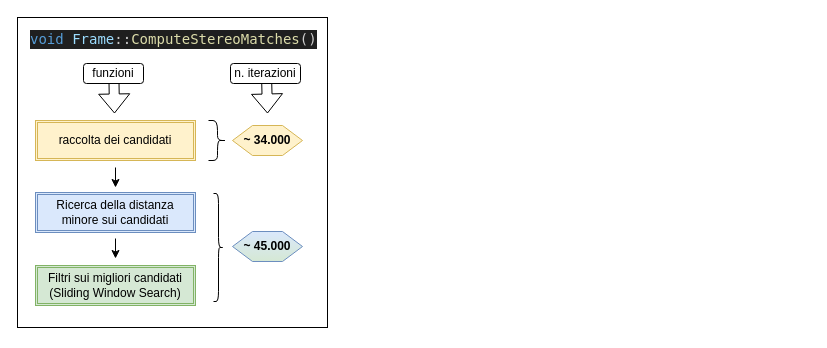
This is Media/ComputeStereoMatches_scheme.drawio from lucaAnza/Gpu_algorithm, a draw.io file, before an edit. Source tidied: cells renumbered, new cells numbered last; positions are measured from the earlier drawing's top-left corner, leaving out a move shared by most shapes. Both pictures are drawn from the tidied source at 100%, with x=0, y=0 at pixel (17, 17).
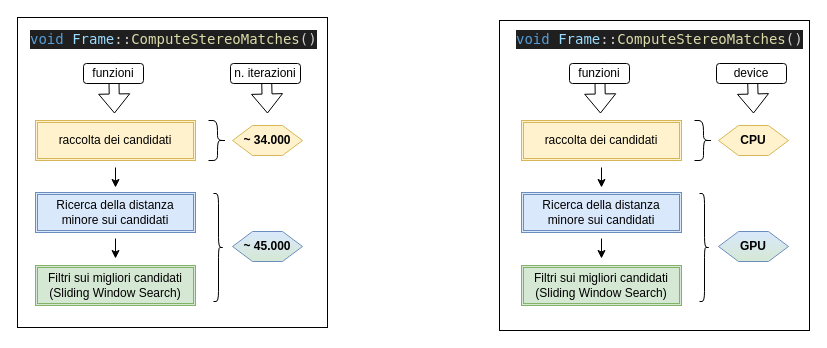
The same diagram, later.

What changed in the source:
```diff
@@
+    <mxCell id="17" value="&lt;div style=&quot;color: #cccccc;background-color: #1f1f1f;font-family: 'Droid Sans Mono', 'monospace', monospace;font-weight: normal;font-size: 14px;line-height: 19px;white-space: pre;&quot;&gt;&lt;div&gt;&lt;span style=&quot;color: #569cd6;&quot;&gt;void&lt;/span&gt;&lt;span style=&quot;color: #cccccc;&quot;&gt; &lt;/span&gt;&lt;span style=&quot;color: #9cdcfe;&quot;&gt;Frame&lt;/span&gt;&lt;span style=&quot;color: #cccccc;&quot;&gt;::&lt;/span&gt;&lt;span style=&quot;color: #dcdcaa;&quot;&gt;ComputeStereoMatches&lt;/span&gt;&lt;span style=&quot;color: #cccccc;&quot;&gt;()&lt;/span&gt;&lt;/div&gt;&lt;/div&gt;" style="text;whiteSpace=wrap;html=1;" parent="1" vertex="1">
+      <mxGeometry x="497" y="6" width="295" height="35" as="geometry" />
+    </mxCell>
+    <mxCell id="18" style="shape=flexArrow;endArrow=classic;html=1;rounded=0;exitX=0.294;exitY=0.986;exitDx=0;exitDy=0;exitPerimeter=0;" parent="1" edge="1">
+      <mxGeometry relative="1" as="geometry">
+        <mxPoint x="582.2" y="45.5" as="sourcePoint" />
+        <mxPoint x="583" y="96" as="targetPoint" />
+      </mxGeometry>
+    </mxCell>
+    <mxCell id="19" value="raccolta dei candidati" style="shape=ext;double=1;rounded=0;whiteSpace=wrap;html=1;fillColor=#fff2cc;strokeColor=#d6b656;" parent="1" vertex="1">
+      <mxGeometry x="504" y="103" width="160" height="40" as="geometry" />
+    </mxCell>
+    <mxCell id="20" value="Ricerca della distanza minore sui candidati" style="shape=ext;double=1;rounded=0;whiteSpace=wrap;html=1;fillColor=#dae8fc;strokeColor=#6c8ebf;" parent="1" vertex="1">
+      <mxGeometry x="504" y="175" width="160" height="40" as="geometry" />
+    </mxCell>
+    <mxCell id="21" style="endArrow=classic;html=1;rounded=0;" parent="1" edge="1">
+      <mxGeometry relative="1" as="geometry">
+        <mxPoint x="584" y="150" as="sourcePoint" />
+        <mxPoint x="584" y="170" as="targetPoint" />
+      </mxGeometry>
+    </mxCell>
+    <mxCell id="22" style="endArrow=classic;html=1;rounded=0;" parent="1" edge="1">
+      <mxGeometry relative="1" as="geometry">
+        <mxPoint x="584" y="221" as="sourcePoint" />
+        <mxPoint x="584" y="241" as="targetPoint" />
+      </mxGeometry>
+    </mxCell>
+    <mxCell id="23" value="Filtri sui migliori candidati&lt;div&gt;(Sliding Window Search)&lt;/div&gt;" style="shape=ext;double=1;rounded=0;whiteSpace=wrap;html=1;fillColor=#d5e8d4;strokeColor=#82b366;" parent="1" vertex="1">
+      <mxGeometry x="504" y="248" width="160" height="40" as="geometry" />
+    </mxCell>
+    <mxCell id="24" value="funzioni" style="rounded=1;whiteSpace=wrap;html=1;" parent="1" vertex="1">
+      <mxGeometry x="552" y="46" width="60" height="20" as="geometry" />
+    </mxCell>
+    <mxCell id="25" style="shape=flexArrow;endArrow=classic;html=1;rounded=0;exitX=0.294;exitY=0.986;exitDx=0;exitDy=0;exitPerimeter=0;" parent="1" edge="1">
+      <mxGeometry relative="1" as="geometry">
+        <mxPoint x="735" y="56" as="sourcePoint" />
+        <mxPoint x="736" y="96" as="targetPoint" />
+      </mxGeometry>
+    </mxCell>
+    <mxCell id="26" value="device" style="rounded=1;whiteSpace=wrap;html=1;" parent="1" vertex="1">
+      <mxGeometry x="699" y="46" width="70" height="20" as="geometry" />
+    </mxCell>
+    <mxCell id="27" value="&lt;span lang=&quot;it&quot; class=&quot;BxUVEf ILfuVd&quot;&gt;&lt;span class=&quot;hgKElc&quot;&gt;&lt;b&gt;CPU&lt;/b&gt;&lt;/span&gt;&lt;/span&gt;" style="shape=hexagon;perimeter=hexagonPerimeter2;whiteSpace=wrap;html=1;fixedSize=1;fillColor=#fff2cc;strokeColor=#d6b656;" parent="1" vertex="1">
+      <mxGeometry x="701" y="108" width="70" height="30" as="geometry" />
+    </mxCell>
+    <mxCell id="28" value="&lt;span lang=&quot;it&quot; class=&quot;BxUVEf ILfuVd&quot;&gt;&lt;span class=&quot;hgKElc&quot;&gt;&lt;b&gt;GPU&lt;/b&gt;&lt;/span&gt;&lt;/span&gt;" style="shape=hexagon;perimeter=hexagonPerimeter2;whiteSpace=wrap;html=1;fixedSize=1;fillColor=#dae8fc;strokeColor=#6c8ebf;fillStyle=auto;gradientColor=#D5E8D4;gradientDirection=south;" parent="1" vertex="1">
+      <mxGeometry x="701" y="214" width="70" height="30" as="geometry" />
+    </mxCell>
+    <mxCell id="29" style="shape=curlyBracket;whiteSpace=wrap;html=1;rounded=1;flipH=1;labelPosition=right;verticalLabelPosition=middle;align=left;verticalAlign=middle;" parent="1" vertex="1">
+      <mxGeometry x="682" y="176" width="10" height="108" as="geometry" />
+    </mxCell>
+    <mxCell id="30" style="shape=curlyBracket;whiteSpace=wrap;html=1;rounded=1;flipH=1;labelPosition=right;verticalLabelPosition=middle;align=left;verticalAlign=middle;" parent="1" vertex="1">
+      <mxGeometry x="677" y="103" width="18" height="40" as="geometry" />
+    </mxCell>
+    <mxCell id="31" style="whiteSpace=wrap;html=1;fillColor=none;" parent="1" vertex="1">
+      <mxGeometry x="482" y="3" width="310" height="310" as="geometry" />
+    </mxCell>
```
